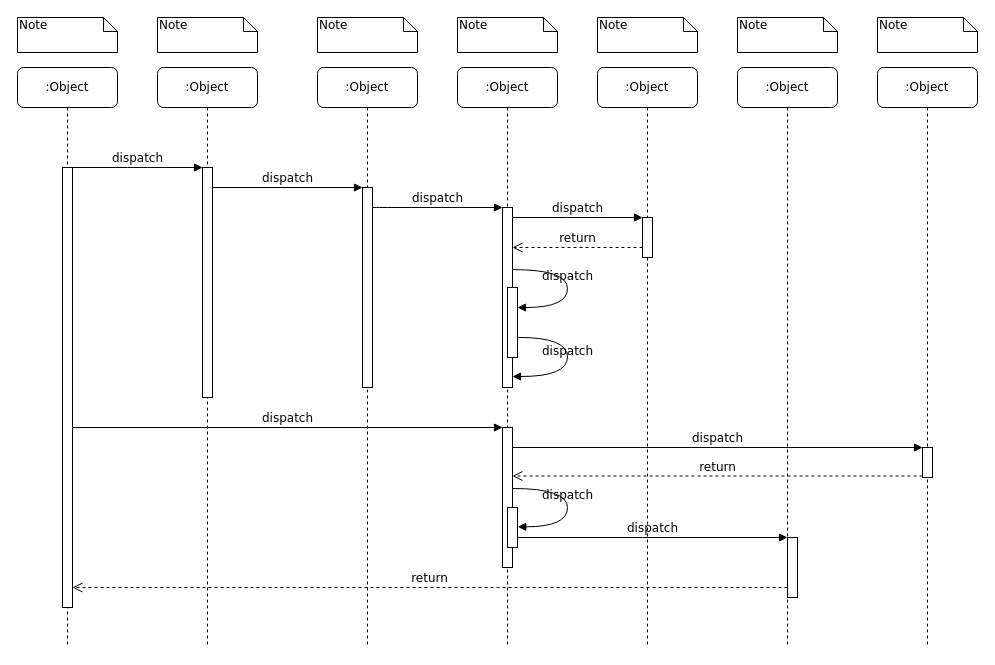
Above: Untitled Diagram.drawio in ireliacolin/geekbang-homework (draw.io), before the change. Source tidied: cells renumbered, new cells numbered last; positions are measured from the earlier drawing's top-left corner, leaving out a move shared by most shapes. Both pictures are drawn from the tidied source at 100%, with x=0, y=0 at pixel (17, 17).
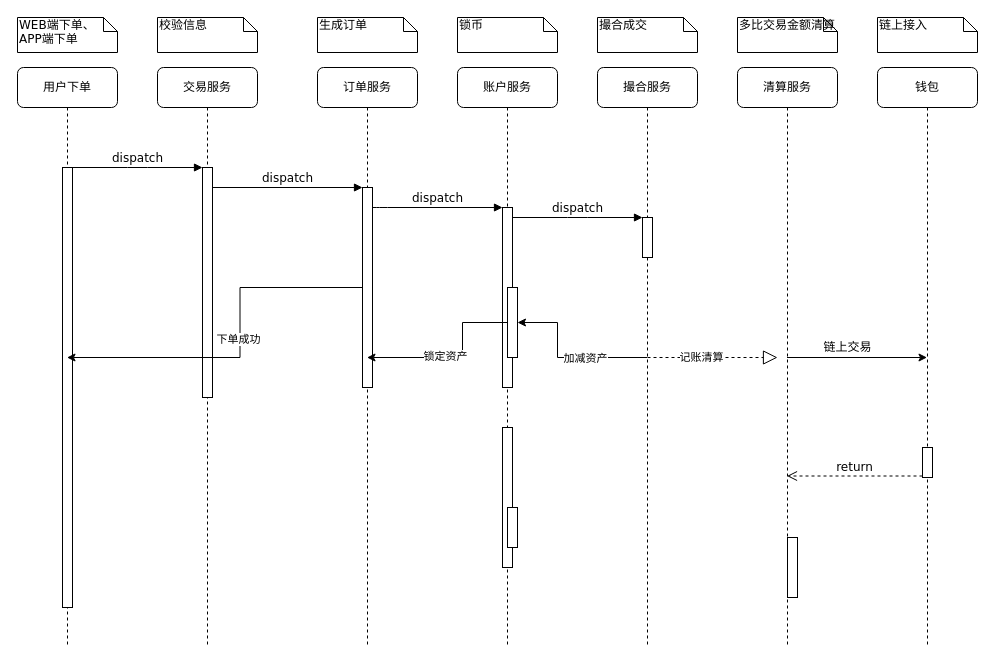
The same page after the edit.

The change refers to these unchanged cells:
```xml
<mxCell id="5" style="html=1;points=[];perimeter=orthogonalPerimeter;rounded=0;shadow=0;comic=0;labelBackgroundColor=none;strokeWidth=1;fontFamily=Verdana;fontSize=12;align=center;" parent="4" vertex="1">
  <mxGeometry x="45" y="120" width="10" height="200" as="geometry" />
</mxCell>
<mxCell id="11" style="html=1;points=[];perimeter=orthogonalPerimeter;rounded=0;shadow=0;comic=0;labelBackgroundColor=none;strokeWidth=1;fontFamily=Verdana;fontSize=12;align=center;" parent="10" vertex="1">
  <mxGeometry x="45" y="100" width="10" height="440" as="geometry" />
</mxCell>
<mxCell id="12" style="html=1;points=[];perimeter=orthogonalPerimeter;rounded=0;shadow=0;comic=0;labelBackgroundColor=none;strokeWidth=1;fontFamily=Verdana;fontSize=12;align=center;" parent="1" vertex="1">
  <mxGeometry x="485" y="190" width="10" height="180" as="geometry" />
</mxCell>
<mxCell id="14" style="html=1;points=[];perimeter=orthogonalPerimeter;rounded=0;shadow=0;comic=0;labelBackgroundColor=none;strokeWidth=1;fontFamily=Verdana;fontSize=12;align=center;" parent="1" vertex="1">
  <mxGeometry x="625" y="200" width="10" height="40" as="geometry" />
</mxCell>
<mxCell id="17" style="html=1;points=[];perimeter=orthogonalPerimeter;rounded=0;shadow=0;comic=0;labelBackgroundColor=none;strokeWidth=1;fontFamily=Verdana;fontSize=12;align=center;" parent="1" vertex="1">
  <mxGeometry x="485" y="410" width="10" height="140" as="geometry" />
</mxCell>
<mxCell id="19" style="html=1;points=[];perimeter=orthogonalPerimeter;rounded=0;shadow=0;comic=0;labelBackgroundColor=none;strokeColor=#000000;strokeWidth=1;fillColor=#FFFFFF;fontFamily=Verdana;fontSize=12;fontColor=#000000;align=center;" parent="1" vertex="1">
  <mxGeometry x="905" y="430" width="10" height="30" as="geometry" />
</mxCell>
<mxCell id="22" style="html=1;points=[];perimeter=orthogonalPerimeter;rounded=0;shadow=0;comic=0;labelBackgroundColor=none;strokeWidth=1;fontFamily=Verdana;fontSize=12;align=center;" parent="1" vertex="1">
  <mxGeometry x="770" y="520" width="10" height="60" as="geometry" />
</mxCell>
<mxCell id="27" style="html=1;points=[];perimeter=orthogonalPerimeter;rounded=0;shadow=0;comic=0;labelBackgroundColor=none;strokeWidth=1;fontFamily=Verdana;fontSize=12;align=center;" parent="1" vertex="1">
  <mxGeometry x="490" y="270" width="10" height="70" as="geometry" />
</mxCell>
<mxCell id="30" style="html=1;points=[];perimeter=orthogonalPerimeter;rounded=0;shadow=0;comic=0;labelBackgroundColor=none;strokeWidth=1;fontFamily=Verdana;fontSize=12;align=center;" parent="1" vertex="1">
  <mxGeometry x="490" y="490" width="10" height="40" as="geometry" />
</mxCell>
```

The edit, as a diff of the source:
```diff
@@
-    <mxCell id="2" value=":Object" style="shape=umlLifeline;perimeter=lifelinePerimeter;whiteSpace=wrap;html=1;rounded=1;shadow=0;comic=0;labelBackgroundColor=none;strokeWidth=1;fontFamily=Verdana;fontSize=12;align=center;" parent="1" vertex="1">
+    <mxCell id="2" value="交易服务" style="shape=umlLifeline;perimeter=lifelinePerimeter;whiteSpace=wrap;html=1;rounded=1;shadow=0;comic=0;labelBackgroundColor=none;strokeWidth=1;fontFamily=Verdana;fontSize=12;align=center;" parent="1" vertex="1">
       <mxGeometry x="140" y="50" width="100" height="580" as="geometry" />
     </mxCell>
@@
-    <mxCell id="4" value=":Object" style="shape=umlLifeline;perimeter=lifelinePerimeter;whiteSpace=wrap;html=1;outlineConnect=0;rounded=1;shadow=0;comic=0;labelBackgroundColor=none;strokeWidth=1;fontFamily=Verdana;fontSize=12;align=center;" parent="1" vertex="1">
+    <mxCell id="4" value="订单服务" style="shape=umlLifeline;perimeter=lifelinePerimeter;whiteSpace=wrap;html=1;outlineConnect=0;rounded=1;shadow=0;comic=0;labelBackgroundColor=none;strokeWidth=1;fontFamily=Verdana;fontSize=12;align=center;" parent="1" vertex="1">
       <mxGeometry x="300" y="50" width="100" height="580" as="geometry" />
     </mxCell>
@@
-    <mxCell id="6" value=":Object" style="shape=umlLifeline;perimeter=lifelinePerimeter;whiteSpace=wrap;html=1;rounded=1;shadow=0;comic=0;labelBackgroundColor=none;strokeWidth=1;fontFamily=Verdana;fontSize=12;align=center;" parent="1" vertex="1">
+    <mxCell id="6" value="账户服务" style="shape=umlLifeline;perimeter=lifelinePerimeter;whiteSpace=wrap;html=1;rounded=1;shadow=0;comic=0;labelBackgroundColor=none;strokeWidth=1;fontFamily=Verdana;fontSize=12;align=center;" parent="1" vertex="1">
       <mxGeometry x="440" y="50" width="100" height="580" as="geometry" />
     </mxCell>
+    <mxCell id="39" style="edgeStyle=orthogonalEdgeStyle;rounded=0;jettySize=auto;html=1;" parent="1" edge="1" source="7" target="27">
+      <mxGeometry relative="1" as="geometry" />
+    </mxCell>
+    <mxCell id="40" value="加减资产" style="edgeLabel;html=1;align=center;verticalAlign=middle;" parent="39" vertex="1">
+      <mxGeometry x="-0.24" relative="1" as="geometry">
+        <mxPoint x="1" as="offset" />
+      </mxGeometry>
+    </mxCell>
-    <mxCell id="7" value=":Object" style="shape=umlLifeline;perimeter=lifelinePerimeter;whiteSpace=wrap;html=1;outlineConnect=0;rounded=1;shadow=0;comic=0;labelBackgroundColor=none;strokeWidth=1;fontFamily=Verdana;fontSize=12;align=center;" parent="1" vertex="1">
+    <mxCell id="7" value="撮合服务" style="shape=umlLifeline;perimeter=lifelinePerimeter;whiteSpace=wrap;html=1;outlineConnect=0;rounded=1;shadow=0;comic=0;labelBackgroundColor=none;strokeWidth=1;fontFamily=Verdana;fontSize=12;align=center;" parent="1" vertex="1">
       <mxGeometry x="580" y="50" width="100" height="580" as="geometry" />
     </mxCell>
+    <mxCell id="41" style="endArrow=block;dashed=1;endFill=0;endSize=12;html=1;rounded=0;" parent="7" edge="1">
+      <mxGeometry relative="1" as="geometry">
+        <mxPoint x="50" y="290" as="sourcePoint" />
+        <mxPoint x="180" y="290" as="targetPoint" />
+      </mxGeometry>
+    </mxCell>
+    <mxCell id="42" value="记账清算" style="edgeLabel;html=1;align=center;verticalAlign=middle;" parent="41" vertex="1">
+      <mxGeometry x="-0.19" y="1" relative="1" as="geometry" />
+    </mxCell>
+    <mxCell id="43" style="edgeStyle=orthogonalEdgeStyle;rounded=0;jettySize=auto;html=1;" parent="1" edge="1" source="8" target="9">
+      <mxGeometry relative="1" as="geometry" />
+    </mxCell>
-    <mxCell id="8" value=":Object" style="shape=umlLifeline;perimeter=lifelinePerimeter;whiteSpace=wrap;html=1;outlineConnect=0;rounded=1;shadow=0;comic=0;labelBackgroundColor=none;strokeWidth=1;fontFamily=Verdana;fontSize=12;align=center;" parent="1" vertex="1">
+    <mxCell id="8" value="清算服务" style="shape=umlLifeline;perimeter=lifelinePerimeter;whiteSpace=wrap;html=1;outlineConnect=0;rounded=1;shadow=0;comic=0;labelBackgroundColor=none;strokeWidth=1;fontFamily=Verdana;fontSize=12;align=center;" parent="1" vertex="1">
       <mxGeometry x="720" y="50" width="100" height="580" as="geometry" />
     </mxCell>
-    <mxCell id="9" value=":Object" style="shape=umlLifeline;perimeter=lifelinePerimeter;whiteSpace=wrap;html=1;outlineConnect=0;rounded=1;shadow=0;comic=0;labelBackgroundColor=none;strokeWidth=1;fontFamily=Verdana;fontSize=12;align=center;" parent="1" vertex="1">
+    <mxCell id="9" value="钱包" style="shape=umlLifeline;perimeter=lifelinePerimeter;whiteSpace=wrap;html=1;outlineConnect=0;rounded=1;shadow=0;comic=0;labelBackgroundColor=none;strokeWidth=1;fontFamily=Verdana;fontSize=12;align=center;" parent="1" vertex="1">
       <mxGeometry x="860" y="50" width="100" height="580" as="geometry" />
     </mxCell>
-    <mxCell id="10" value=":Object" style="shape=umlLifeline;perimeter=lifelinePerimeter;whiteSpace=wrap;html=1;outlineConnect=0;rounded=1;shadow=0;comic=0;labelBackgroundColor=none;strokeWidth=1;fontFamily=Verdana;fontSize=12;align=center;" parent="1" vertex="1">
+    <mxCell id="10" value="用户下单" style="shape=umlLifeline;perimeter=lifelinePerimeter;whiteSpace=wrap;html=1;outlineConnect=0;rounded=1;shadow=0;comic=0;labelBackgroundColor=none;strokeWidth=1;fontFamily=Verdana;fontSize=12;align=center;" parent="1" vertex="1">
       <mxGeometry y="50" width="100" height="580" as="geometry" />
     </mxCell>
@@
-    <mxCell id="16" value="return" style="html=1;verticalAlign=bottom;endArrow=open;dashed=1;endSize=8;labelBackgroundColor=none;fontFamily=Verdana;fontSize=12;edgeStyle=elbowEdgeStyle;elbow=vertical;" parent="1" edge="1" source="14" target="12">
-      <mxGeometry relative="1" as="geometry">
-        <Array as="points">
-          <mxPoint x="570" y="230" />
-          <mxPoint x="600" y="230" />
-        </Array>
-      </mxGeometry>
-    </mxCell>
@@
-    <mxCell id="18" value="dispatch" style="html=1;verticalAlign=bottom;endArrow=block;entryX=0;entryY=0;labelBackgroundColor=none;fontFamily=Verdana;fontSize=12;" parent="1" edge="1" source="11" target="17">
-      <mxGeometry relative="1" as="geometry" />
-    </mxCell>
@@
-    <mxCell id="20" value="dispatch" style="html=1;verticalAlign=bottom;endArrow=block;entryX=0;entryY=0;labelBackgroundColor=none;fontFamily=Verdana;fontSize=12;" parent="1" edge="1" source="17" target="19">
-      <mxGeometry relative="1" as="geometry" />
-    </mxCell>
-    <mxCell id="21" value="return" style="html=1;verticalAlign=bottom;endArrow=open;dashed=1;endSize=8;exitX=0;exitY=0.95;labelBackgroundColor=none;fontFamily=Verdana;fontSize=12;" parent="1" edge="1" source="19" target="17">
+    <mxCell id="21" value="return" style="html=1;verticalAlign=bottom;endArrow=open;dashed=1;endSize=8;exitX=0;exitY=0.95;labelBackgroundColor=none;fontFamily=Verdana;fontSize=12;" parent="1" edge="1" source="19" target="8">
       <mxGeometry relative="1" as="geometry" />
     </mxCell>
@@
-    <mxCell id="23" value="dispatch" style="html=1;verticalAlign=bottom;endArrow=block;entryX=0;entryY=0;labelBackgroundColor=none;fontFamily=Verdana;fontSize=12;edgeStyle=elbowEdgeStyle;elbow=vertical;" parent="1" edge="1" source="30" target="22">
-      <mxGeometry relative="1" as="geometry" />
-    </mxCell>
-    <mxCell id="24" value="return" style="html=1;verticalAlign=bottom;endArrow=open;dashed=1;endSize=8;labelBackgroundColor=none;fontFamily=Verdana;fontSize=12;edgeStyle=elbowEdgeStyle;elbow=vertical;" parent="1" edge="1" source="22" target="11">
-      <mxGeometry relative="1" as="geometry">
-        <Array as="points">
-          <mxPoint x="470" y="570" />
-        </Array>
-      </mxGeometry>
-    </mxCell>
@@
+    <mxCell id="44" style="edgeStyle=orthogonalEdgeStyle;rounded=0;jettySize=auto;html=1;" parent="1" edge="1" source="27" target="4">
+      <mxGeometry relative="1" as="geometry" />
+    </mxCell>
+    <mxCell id="45" value="锁定资产" style="edgeLabel;html=1;align=center;verticalAlign=middle;" parent="44" vertex="1">
+      <mxGeometry x="0.12" y="-2" relative="1" as="geometry" />
+    </mxCell>
@@
-    <mxCell id="28" value="dispatch" style="html=1;verticalAlign=bottom;endArrow=block;labelBackgroundColor=none;fontFamily=Verdana;fontSize=12;elbow=vertical;edgeStyle=orthogonalEdgeStyle;curved=1;entryX=1;entryY=0.286;entryPerimeter=0;exitX=1.038;exitY=0.345;exitPerimeter=0;" parent="1" edge="1" source="12" target="27">
-      <mxGeometry relative="1" as="geometry">
-        <Array as="points">
-          <mxPoint x="550" y="252" />
-          <mxPoint x="550" y="290" />
-        </Array>
-      </mxGeometry>
-    </mxCell>
-    <mxCell id="29" value="dispatch" style="html=1;verticalAlign=bottom;endArrow=block;labelBackgroundColor=none;fontFamily=Verdana;fontSize=12;elbow=vertical;edgeStyle=orthogonalEdgeStyle;curved=1;exitX=1.066;exitY=0.713;exitPerimeter=0;" parent="1" edge="1" source="27">
-      <mxGeometry relative="1" as="geometry">
-        <mxPoint x="495" y="359" as="targetPoint" />
-        <Array as="points">
-          <mxPoint x="550" y="320" />
-          <mxPoint x="550" y="359" />
-        </Array>
-      </mxGeometry>
-    </mxCell>
@@
-    <mxCell id="31" value="dispatch" style="html=1;verticalAlign=bottom;endArrow=block;labelBackgroundColor=none;fontFamily=Verdana;fontSize=12;elbow=vertical;edgeStyle=orthogonalEdgeStyle;curved=1;entryX=1;entryY=0.286;entryPerimeter=0;exitX=1.038;exitY=0.345;exitPerimeter=0;" parent="1" edge="1">
-      <mxGeometry relative="1" as="geometry">
-        <mxPoint x="495.3" y="471" as="sourcePoint" />
-        <mxPoint x="500.3" y="509.3" as="targetPoint" />
-        <Array as="points">
-          <mxPoint x="550" y="471" />
-          <mxPoint x="550" y="509" />
-        </Array>
-      </mxGeometry>
-    </mxCell>
-    <mxCell id="32" value="Note" style="shape=note;whiteSpace=wrap;html=1;size=14;verticalAlign=top;align=left;spacingTop=-6;rounded=0;shadow=0;comic=0;labelBackgroundColor=none;strokeWidth=1;fontFamily=Verdana;fontSize=12;" parent="1" vertex="1">
+    <mxCell id="32" value="WEB端下单、APP端下单" style="shape=note;whiteSpace=wrap;html=1;size=14;verticalAlign=top;align=left;spacingTop=-6;rounded=0;shadow=0;comic=0;labelBackgroundColor=none;strokeWidth=1;fontFamily=Verdana;fontSize=12;" parent="1" vertex="1">
       <mxGeometry width="100" height="35" as="geometry" />
     </mxCell>
-    <mxCell id="33" value="Note" style="shape=note;whiteSpace=wrap;html=1;size=14;verticalAlign=top;align=left;spacingTop=-6;rounded=0;shadow=0;comic=0;labelBackgroundColor=none;strokeWidth=1;fontFamily=Verdana;fontSize=12;" parent="1" vertex="1">
+    <mxCell id="33" value="校验信息" style="shape=note;whiteSpace=wrap;html=1;size=14;verticalAlign=top;align=left;spacingTop=-6;rounded=0;shadow=0;comic=0;labelBackgroundColor=none;strokeWidth=1;fontFamily=Verdana;fontSize=12;" parent="1" vertex="1">
       <mxGeometry x="140" width="100" height="35" as="geometry" />
     </mxCell>
-    <mxCell id="34" value="Note" style="shape=note;whiteSpace=wrap;html=1;size=14;verticalAlign=top;align=left;spacingTop=-6;rounded=0;shadow=0;comic=0;labelBackgroundColor=none;strokeWidth=1;fontFamily=Verdana;fontSize=12;" parent="1" vertex="1">
+    <mxCell id="34" value="生成订单" style="shape=note;whiteSpace=wrap;html=1;size=14;verticalAlign=top;align=left;spacingTop=-6;rounded=0;shadow=0;comic=0;labelBackgroundColor=none;strokeWidth=1;fontFamily=Verdana;fontSize=12;" parent="1" vertex="1">
       <mxGeometry x="300" width="100" height="35" as="geometry" />
     </mxCell>
-    <mxCell id="35" value="Note" style="shape=note;whiteSpace=wrap;html=1;size=14;verticalAlign=top;align=left;spacingTop=-6;rounded=0;shadow=0;comic=0;labelBackgroundColor=none;strokeWidth=1;fontFamily=Verdana;fontSize=12;" parent="1" vertex="1">
+    <mxCell id="35" value="锁币" style="shape=note;whiteSpace=wrap;html=1;size=14;verticalAlign=top;align=left;spacingTop=-6;rounded=0;shadow=0;comic=0;labelBackgroundColor=none;strokeWidth=1;fontFamily=Verdana;fontSize=12;" parent="1" vertex="1">
       <mxGeometry x="440" width="100" height="35" as="geometry" />
     </mxCell>
-    <mxCell id="36" value="Note" style="shape=note;whiteSpace=wrap;html=1;size=14;verticalAlign=top;align=left;spacingTop=-6;rounded=0;shadow=0;comic=0;labelBackgroundColor=none;strokeWidth=1;fontFamily=Verdana;fontSize=12;" parent="1" vertex="1">
+    <mxCell id="36" value="撮合成交" style="shape=note;whiteSpace=wrap;html=1;size=14;verticalAlign=top;align=left;spacingTop=-6;rounded=0;shadow=0;comic=0;labelBackgroundColor=none;strokeWidth=1;fontFamily=Verdana;fontSize=12;" parent="1" vertex="1">
       <mxGeometry x="580" width="100" height="35" as="geometry" />
     </mxCell>
-    <mxCell id="37" value="Note" style="shape=note;whiteSpace=wrap;html=1;size=14;verticalAlign=top;align=left;spacingTop=-6;rounded=0;shadow=0;comic=0;labelBackgroundColor=none;strokeWidth=1;fontFamily=Verdana;fontSize=12;" parent="1" vertex="1">
+    <mxCell id="37" value="多比交易金额清算" style="shape=note;whiteSpace=wrap;html=1;size=14;verticalAlign=top;align=left;spacingTop=-6;rounded=0;shadow=0;comic=0;labelBackgroundColor=none;strokeWidth=1;fontFamily=Verdana;fontSize=12;" parent="1" vertex="1">
       <mxGeometry x="720" width="100" height="35" as="geometry" />
     </mxCell>
-    <mxCell id="38" value="Note" style="shape=note;whiteSpace=wrap;html=1;size=14;verticalAlign=top;align=left;spacingTop=-6;rounded=0;shadow=0;comic=0;labelBackgroundColor=none;strokeWidth=1;fontFamily=Verdana;fontSize=12;" parent="1" vertex="1">
+    <mxCell id="38" value="链上接入" style="shape=note;whiteSpace=wrap;html=1;size=14;verticalAlign=top;align=left;spacingTop=-6;rounded=0;shadow=0;comic=0;labelBackgroundColor=none;strokeWidth=1;fontFamily=Verdana;fontSize=12;" parent="1" vertex="1">
       <mxGeometry x="860" width="100" height="35" as="geometry" />
     </mxCell>
+    <mxCell id="46" style="edgeStyle=orthogonalEdgeStyle;rounded=0;jettySize=auto;html=1;" parent="1" edge="1" source="5" target="10">
+      <mxGeometry relative="1" as="geometry" />
+    </mxCell>
+    <mxCell id="47" value="下单成功" style="edgeLabel;html=1;align=center;verticalAlign=middle;" parent="46" vertex="1">
+      <mxGeometry x="-0.05" y="-2" relative="1" as="geometry" />
+    </mxCell>
+    <mxCell id="48" value="链上交易" style="text;html=1;align=center;verticalAlign=middle;strokeColor=none;fillColor=none;" parent="1" vertex="1">
+      <mxGeometry x="800" y="320" width="60" height="20" as="geometry" />
+    </mxCell>
```
